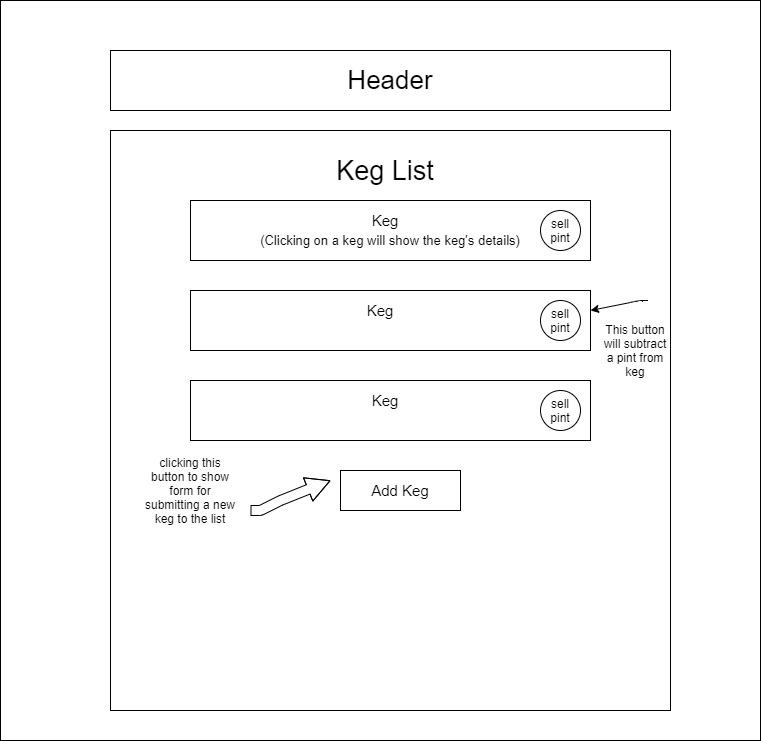
This is src/img/structureDiagram.png from dani-renner/tap-room, a draw.io export, as it was before one commit. Source tidied: cells renumbered, new cells last; positions are measured from the earlier drawing's top-left corner, leaving out a move shared by most shapes. Source of this version:
```xml
<mxGraphModel>
  <root>
    <mxCell id="0" />
    <mxCell id="1" parent="0" />
    <mxCell id="2" style="rounded=0;whiteSpace=wrap;html=1;" parent="1" vertex="1">
      <mxGeometry width="760" height="740" as="geometry" />
    </mxCell>
    <mxCell id="3" value="&lt;font style=&quot;font-size: 26px&quot;&gt;Header&lt;/font&gt;" style="rounded=0;whiteSpace=wrap;html=1;" parent="1" vertex="1">
      <mxGeometry x="110" y="50" width="560" height="60" as="geometry" />
    </mxCell>
    <mxCell id="4" style="rounded=0;whiteSpace=wrap;html=1;" parent="1" vertex="1">
      <mxGeometry x="110" y="130" width="560" height="580" as="geometry" />
    </mxCell>
    <mxCell id="5" value="&lt;font style=&quot;font-size: 27px&quot;&gt;Keg List&lt;/font&gt;" style="text;html=1;strokeColor=none;fillColor=none;align=center;verticalAlign=middle;whiteSpace=wrap;rounded=0;" parent="1" vertex="1">
      <mxGeometry x="280" y="140" width="210" height="60" as="geometry" />
    </mxCell>
    <mxCell id="6" style="rounded=0;whiteSpace=wrap;html=1;" parent="1" vertex="1">
      <mxGeometry x="190" y="200" width="400" height="60" as="geometry" />
    </mxCell>
    <mxCell id="7" style="rounded=0;whiteSpace=wrap;html=1;" parent="1" vertex="1">
      <mxGeometry x="190" y="290" width="400" height="60" as="geometry" />
    </mxCell>
    <mxCell id="8" style="rounded=0;whiteSpace=wrap;html=1;" parent="1" vertex="1">
      <mxGeometry x="190" y="380" width="400" height="60" as="geometry" />
    </mxCell>
    <mxCell id="9" value="&lt;font style=&quot;font-size: 15px&quot;&gt;Keg&lt;/font&gt;" style="text;html=1;strokeColor=none;fillColor=none;align=center;verticalAlign=middle;whiteSpace=wrap;rounded=0;" parent="1" vertex="1">
      <mxGeometry x="365" y="210" width="40" height="20" as="geometry" />
    </mxCell>
    <mxCell id="10" value="&lt;font style=&quot;font-size: 13px&quot;&gt;(Clicking on a keg will show the keg's details)&lt;/font&gt;" style="text;html=1;strokeColor=none;fillColor=none;align=center;verticalAlign=middle;whiteSpace=wrap;rounded=0;" parent="1" vertex="1">
      <mxGeometry x="250" y="230" width="280" height="20" as="geometry" />
    </mxCell>
    <mxCell id="11" style="rounded=0;whiteSpace=wrap;html=1;" parent="1" vertex="1">
      <mxGeometry x="340" y="470" width="120" height="40" as="geometry" />
    </mxCell>
    <mxCell id="12" value="&lt;font style=&quot;font-size: 15px&quot;&gt;Add Keg&lt;/font&gt;" style="text;html=1;strokeColor=none;fillColor=none;align=center;verticalAlign=middle;whiteSpace=wrap;rounded=0;" parent="1" vertex="1">
      <mxGeometry x="370" y="480" width="60" height="20" as="geometry" />
    </mxCell>
    <mxCell id="13" style="shape=flexArrow;endArrow=classic;html=1;endWidth=14;endSize=7.52;" parent="1" edge="1">
      <mxGeometry relative="1" as="geometry">
        <mxPoint x="250" y="510" as="sourcePoint" />
        <mxPoint x="330" y="480" as="targetPoint" />
        <Array as="points">
          <mxPoint x="260" y="510" />
          <mxPoint x="280" y="500" />
        </Array>
      </mxGeometry>
    </mxCell>
    <mxCell id="14" value="clicking this button to show form for submitting a new keg to the list" style="text;html=1;strokeColor=none;fillColor=none;align=center;verticalAlign=middle;whiteSpace=wrap;rounded=0;rotation=0;" parent="1" vertex="1">
      <mxGeometry x="140" y="445" width="100" height="90" as="geometry" />
    </mxCell>
    <mxCell id="15" value="&lt;font style=&quot;font-size: 15px&quot;&gt;Keg&lt;/font&gt;" style="text;html=1;strokeColor=none;fillColor=none;align=center;verticalAlign=middle;whiteSpace=wrap;rounded=0;" parent="1" vertex="1">
      <mxGeometry x="360" y="300" width="40" height="20" as="geometry" />
    </mxCell>
    <mxCell id="16" value="&lt;font style=&quot;font-size: 15px&quot;&gt;Keg&lt;/font&gt;" style="text;html=1;strokeColor=none;fillColor=none;align=center;verticalAlign=middle;whiteSpace=wrap;rounded=0;" parent="1" vertex="1">
      <mxGeometry x="365" y="390" width="40" height="20" as="geometry" />
    </mxCell>
    <mxCell id="17" style="ellipse;whiteSpace=wrap;html=1;" parent="1" vertex="1">
      <mxGeometry x="540" y="210" width="40" height="40" as="geometry" />
    </mxCell>
    <mxCell id="18" value="sell pint" style="text;html=1;strokeColor=none;fillColor=none;align=center;verticalAlign=middle;whiteSpace=wrap;rounded=0;" parent="1" vertex="1">
      <mxGeometry x="540" y="220" width="40" height="20" as="geometry" />
    </mxCell>
    <mxCell id="19" value="sell pint" style="text;html=1;strokeColor=none;fillColor=none;align=center;verticalAlign=middle;whiteSpace=wrap;rounded=0;" parent="1" vertex="1">
      <mxGeometry x="540" y="400" width="40" height="20" as="geometry" />
    </mxCell>
    <mxCell id="20" value="sell pint" style="ellipse;whiteSpace=wrap;html=1;" parent="1" vertex="1">
      <mxGeometry x="540" y="390" width="40" height="40" as="geometry" />
    </mxCell>
    <mxCell id="21" style="ellipse;whiteSpace=wrap;html=1;" parent="1" vertex="1">
      <mxGeometry x="540" y="300" width="40" height="40" as="geometry" />
    </mxCell>
    <mxCell id="22" value="sell pint" style="text;html=1;strokeColor=none;fillColor=none;align=center;verticalAlign=middle;whiteSpace=wrap;rounded=0;" parent="1" vertex="1">
      <mxGeometry x="540" y="310" width="40" height="20" as="geometry" />
    </mxCell>
    <mxCell id="23" style="endArrow=classic;html=1;" parent="1" edge="1">
      <mxGeometry relative="1" as="geometry">
        <mxPoint x="640" y="300" as="sourcePoint" />
        <mxPoint x="590" y="310" as="targetPoint" />
        <Array as="points">
          <mxPoint x="650" y="300" />
          <mxPoint x="640" y="300" />
        </Array>
      </mxGeometry>
    </mxCell>
    <mxCell id="24" value="This button will subtract a pint from keg" style="text;html=1;strokeColor=none;fillColor=none;align=center;verticalAlign=middle;whiteSpace=wrap;rounded=0;" parent="1" vertex="1">
      <mxGeometry x="600" y="320" width="70" height="60" as="geometry" />
    </mxCell>
  </root>
</mxGraphModel>
```
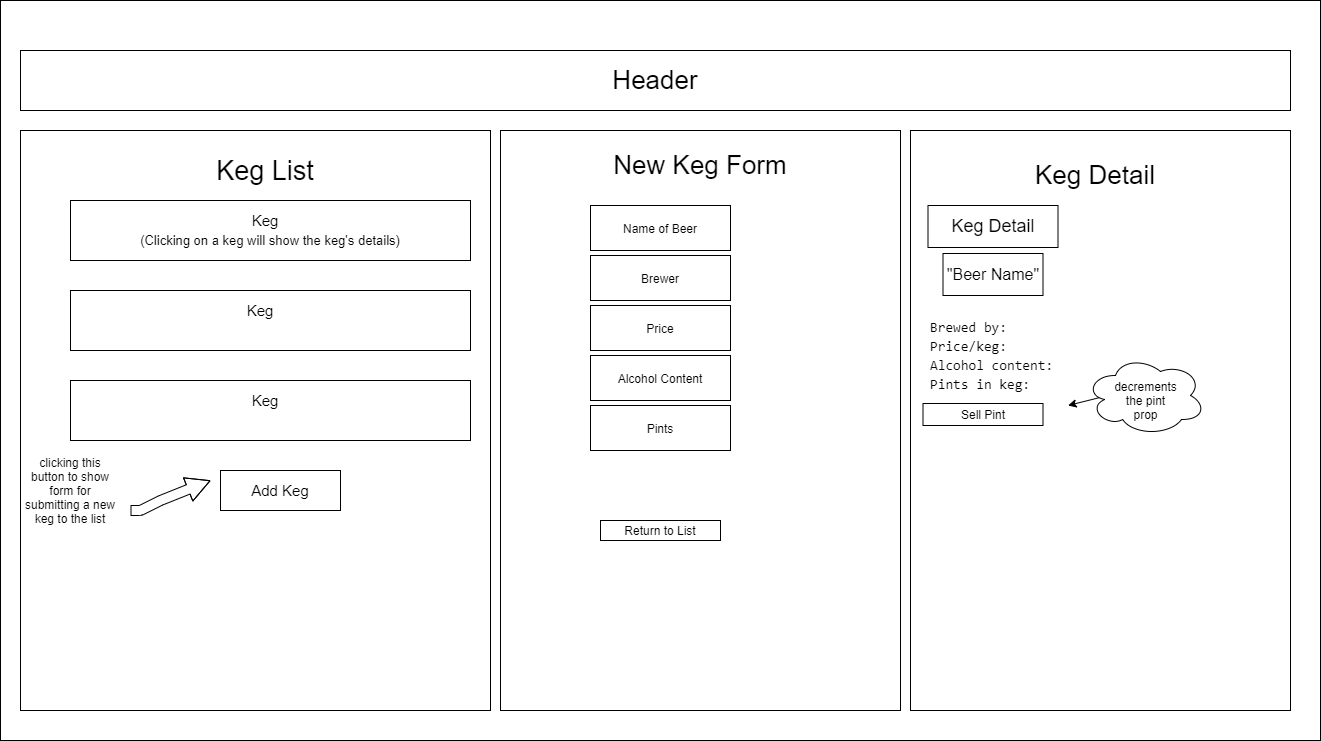
Above is the later version.

Commit message:
update diagram to include other views

Change to the diagram source:
```diff
@@ -3,13 +3,13 @@
     <mxCell id="0" />
     <mxCell id="1" parent="0" />
     <mxCell id="2" style="rounded=0;whiteSpace=wrap;html=1;" parent="1" vertex="1">
-      <mxGeometry width="760" height="740" as="geometry" />
+      <mxGeometry x="120" width="1320" height="740" as="geometry" />
     </mxCell>
     <mxCell id="3" value="&lt;font style=&quot;font-size: 26px&quot;&gt;Header&lt;/font&gt;" style="rounded=0;whiteSpace=wrap;html=1;" parent="1" vertex="1">
-      <mxGeometry x="110" y="50" width="560" height="60" as="geometry" />
+      <mxGeometry x="140" y="50" width="1270" height="60" as="geometry" />
     </mxCell>
     <mxCell id="4" style="rounded=0;whiteSpace=wrap;html=1;" parent="1" vertex="1">
-      <mxGeometry x="110" y="130" width="560" height="580" as="geometry" />
+      <mxGeometry x="140" y="130" width="470" height="580" as="geometry" />
     </mxCell>
     <mxCell id="5" value="&lt;font style=&quot;font-size: 27px&quot;&gt;Keg List&lt;/font&gt;" style="text;html=1;strokeColor=none;fillColor=none;align=center;verticalAlign=middle;whiteSpace=wrap;rounded=0;" parent="1" vertex="1">
       <mxGeometry x="280" y="140" width="210" height="60" as="geometry" />
@@ -54,36 +54,65 @@
     <mxCell id="16" value="&lt;font style=&quot;font-size: 15px&quot;&gt;Keg&lt;/font&gt;" style="text;html=1;strokeColor=none;fillColor=none;align=center;verticalAlign=middle;whiteSpace=wrap;rounded=0;" parent="1" vertex="1">
       <mxGeometry x="365" y="390" width="40" height="20" as="geometry" />
     </mxCell>
-    <mxCell id="17" style="ellipse;whiteSpace=wrap;html=1;" parent="1" vertex="1">
-      <mxGeometry x="540" y="210" width="40" height="40" as="geometry" />
-    </mxCell>
-    <mxCell id="18" value="sell pint" style="text;html=1;strokeColor=none;fillColor=none;align=center;verticalAlign=middle;whiteSpace=wrap;rounded=0;" parent="1" vertex="1">
-      <mxGeometry x="540" y="220" width="40" height="20" as="geometry" />
-    </mxCell>
-    <mxCell id="19" value="sell pint" style="text;html=1;strokeColor=none;fillColor=none;align=center;verticalAlign=middle;whiteSpace=wrap;rounded=0;" parent="1" vertex="1">
-      <mxGeometry x="540" y="400" width="40" height="20" as="geometry" />
-    </mxCell>
-    <mxCell id="20" value="sell pint" style="ellipse;whiteSpace=wrap;html=1;" parent="1" vertex="1">
-      <mxGeometry x="540" y="390" width="40" height="40" as="geometry" />
-    </mxCell>
-    <mxCell id="21" style="ellipse;whiteSpace=wrap;html=1;" parent="1" vertex="1">
-      <mxGeometry x="540" y="300" width="40" height="40" as="geometry" />
-    </mxCell>
-    <mxCell id="22" value="sell pint" style="text;html=1;strokeColor=none;fillColor=none;align=center;verticalAlign=middle;whiteSpace=wrap;rounded=0;" parent="1" vertex="1">
-      <mxGeometry x="540" y="310" width="40" height="20" as="geometry" />
-    </mxCell>
-    <mxCell id="23" style="endArrow=classic;html=1;" parent="1" edge="1">
-      <mxGeometry relative="1" as="geometry">
-        <mxPoint x="640" y="300" as="sourcePoint" />
-        <mxPoint x="590" y="310" as="targetPoint" />
-        <Array as="points">
-          <mxPoint x="650" y="300" />
-          <mxPoint x="640" y="300" />
-        </Array>
-      </mxGeometry>
-    </mxCell>
-    <mxCell id="24" value="This button will subtract a pint from keg" style="text;html=1;strokeColor=none;fillColor=none;align=center;verticalAlign=middle;whiteSpace=wrap;rounded=0;" parent="1" vertex="1">
-      <mxGeometry x="600" y="320" width="70" height="60" as="geometry" />
-    </mxCell>
+    <mxCell id="25" style="rounded=0;whiteSpace=wrap;html=1;" parent="1" vertex="1">
+      <mxGeometry x="620" y="130" width="400" height="580" as="geometry" />
+    </mxCell>
+    <mxCell id="26" style="rounded=0;whiteSpace=wrap;html=1;" parent="1" vertex="1">
+      <mxGeometry x="1030" y="130" width="380" height="580" as="geometry" />
+    </mxCell>
+    <mxCell id="27" value="&lt;span style=&quot;font-size: 26px&quot;&gt;New Keg Form&lt;/span&gt;" style="text;html=1;strokeColor=none;fillColor=none;align=center;verticalAlign=middle;whiteSpace=wrap;rounded=0;" parent="1" vertex="1">
+      <mxGeometry x="695" y="140" width="250" height="50" as="geometry" />
+    </mxCell>
+    <mxCell id="28" value="Name of Beer" style="rounded=0;whiteSpace=wrap;html=1;" parent="1" vertex="1">
+      <mxGeometry x="710" y="205" width="140" height="45" as="geometry" />
+    </mxCell>
+    <mxCell id="29" value="Brewer" style="rounded=0;whiteSpace=wrap;html=1;" parent="1" vertex="1">
+      <mxGeometry x="710" y="255" width="140" height="45" as="geometry" />
+    </mxCell>
+    <mxCell id="30" value="Price" style="rounded=0;whiteSpace=wrap;html=1;" parent="1" vertex="1">
+      <mxGeometry x="710" y="305" width="140" height="45" as="geometry" />
+    </mxCell>
+    <mxCell id="31" value="Alcohol Content" style="rounded=0;whiteSpace=wrap;html=1;" parent="1" vertex="1">
+      <mxGeometry x="710" y="355" width="140" height="45" as="geometry" />
+    </mxCell>
+    <mxCell id="32" value="Pints" style="rounded=0;whiteSpace=wrap;html=1;" parent="1" vertex="1">
+      <mxGeometry x="710" y="405" width="140" height="45" as="geometry" />
+    </mxCell>
+    <mxCell id="33" value="Return to List" style="rounded=0;whiteSpace=wrap;html=1;" parent="1" vertex="1">
+      <mxGeometry x="720" y="520" width="120" height="20" as="geometry" />
+    </mxCell>
+    <mxCell id="34" style="group;" parent="1" vertex="1">
+      <mxGeometry x="1042.5" y="150" width="355" height="285" as="geometry" />
+    </mxCell>
+    <mxCell id="35" value="&lt;font style=&quot;font-size: 26px&quot;&gt;Keg Detail&lt;/font&gt;" style="text;html=1;strokeColor=none;fillColor=none;align=center;verticalAlign=middle;whiteSpace=wrap;rounded=0;" parent="34" vertex="1">
+      <mxGeometry x="47.5" width="250" height="50" as="geometry" />
+    </mxCell>
+    <mxCell id="36" value="&lt;font style=&quot;font-size: 18px&quot;&gt;Keg Detail&lt;/font&gt;" style="rounded=0;whiteSpace=wrap;html=1;" parent="34" vertex="1">
+      <mxGeometry x="5" y="55" width="130" height="42" as="geometry" />
+    </mxCell>
+    <mxCell id="37" value="&lt;font style=&quot;font-size: 16px&quot;&gt;&quot;Beer Name&quot;&lt;/font&gt;" style="rounded=0;whiteSpace=wrap;html=1;" parent="34" vertex="1">
+      <mxGeometry x="20" y="103" width="100" height="42" as="geometry" />
+    </mxCell>
+    <mxCell id="38" value="&lt;div style=&quot;font-family: &amp;#34;consolas&amp;#34; , &amp;#34;courier new&amp;#34; , monospace ; font-size: 14px ; line-height: 19px&quot;&gt;&lt;span style=&quot;background-color: rgb(255 , 255 , 255)&quot;&gt;Brewed&amp;nbsp;by:&lt;/span&gt;&lt;/div&gt;&lt;div style=&quot;font-family: &amp;#34;consolas&amp;#34; , &amp;#34;courier new&amp;#34; , monospace ; font-size: 14px ; line-height: 19px&quot;&gt;&lt;div style=&quot;font-family: &amp;#34;consolas&amp;#34; , &amp;#34;courier new&amp;#34; , monospace ; line-height: 19px&quot;&gt;&lt;span style=&quot;background-color: rgb(255 , 255 , 255)&quot;&gt;Price/keg:&lt;/span&gt;&lt;/div&gt;&lt;div style=&quot;font-family: &amp;#34;consolas&amp;#34; , &amp;#34;courier new&amp;#34; , monospace ; line-height: 19px&quot;&gt;&lt;div style=&quot;line-height: 19px&quot;&gt;&lt;span style=&quot;background-color: rgb(255 , 255 , 255)&quot;&gt;Alcohol&amp;nbsp;content:&lt;/span&gt;&lt;/div&gt;&lt;div style=&quot;line-height: 19px&quot;&gt;&lt;div style=&quot;font-family: &amp;#34;consolas&amp;#34; , &amp;#34;courier new&amp;#34; , monospace ; line-height: 19px&quot;&gt;&lt;span style=&quot;background-color: rgb(255 , 255 , 255)&quot;&gt;Pints&amp;nbsp;in&amp;nbsp;keg:&lt;/span&gt;&lt;/div&gt;&lt;/div&gt;&lt;/div&gt;&lt;/div&gt;" style="text;html=1;strokeColor=none;fillColor=none;align=left;verticalAlign=middle;whiteSpace=wrap;rounded=0;" parent="34" vertex="1">
+      <mxGeometry x="5" y="155" width="130" height="100" as="geometry" />
+    </mxCell>
+    <mxCell id="39" value="Sell Pint" style="rounded=0;whiteSpace=wrap;html=1;" parent="34" vertex="1">
+      <mxGeometry y="253" width="120" height="22" as="geometry" />
+    </mxCell>
+    <mxCell id="40" style="group;" parent="34" vertex="1">
+      <mxGeometry x="145" y="205" width="137.5" height="80" as="geometry" />
+    </mxCell>
+    <mxCell id="41" style="endArrow=classic;html=1;" parent="40" edge="1">
+      <mxGeometry relative="1" as="geometry">
+        <mxPoint x="40" y="40" as="sourcePoint" />
+        <mxPoint y="50" as="targetPoint" />
+      </mxGeometry>
+    </mxCell>
+    <mxCell id="42" style="ellipse;shape=cloud;whiteSpace=wrap;html=1;" parent="40" vertex="1">
+      <mxGeometry x="17.5" width="120" height="80" as="geometry" />
+    </mxCell>
+    <mxCell id="43" value="decrements the pint prop" style="text;html=1;strokeColor=none;fillColor=none;align=center;verticalAlign=middle;whiteSpace=wrap;rounded=0;" parent="40" vertex="1">
+      <mxGeometry x="45" y="20" width="65" height="50" as="geometry" />
+    </mxCell>
   </root>
 </mxGraphModel>
```
